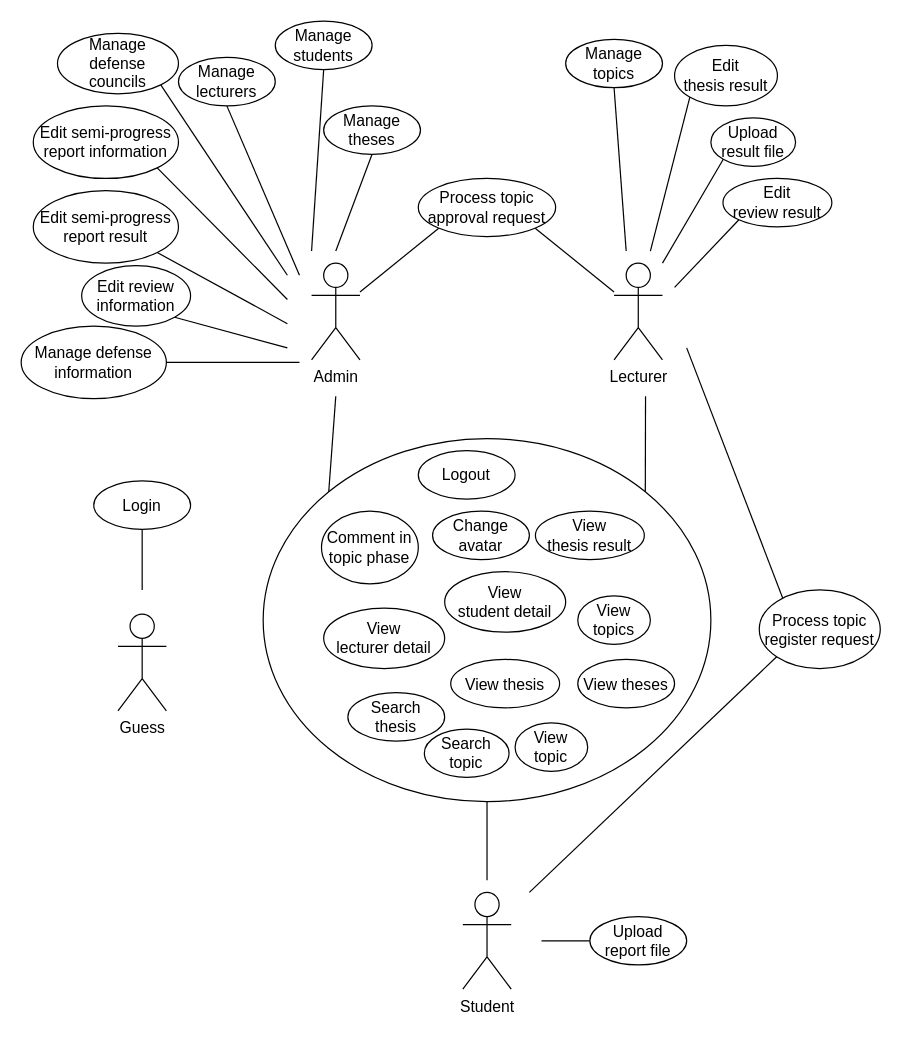
The draw.io diagram page "Overview" (15 of 24) of docs/diagrams/usecase.drawio in doonpy/grasis, before the edit. Source tidied: cells renumbered, new cells numbered last; positions are measured from the earlier drawing's top-left corner, leaving out a move shared by most shapes. Both pictures are drawn from the tidied source at 121%, with x=0, y=0 at pixel (21, 21).
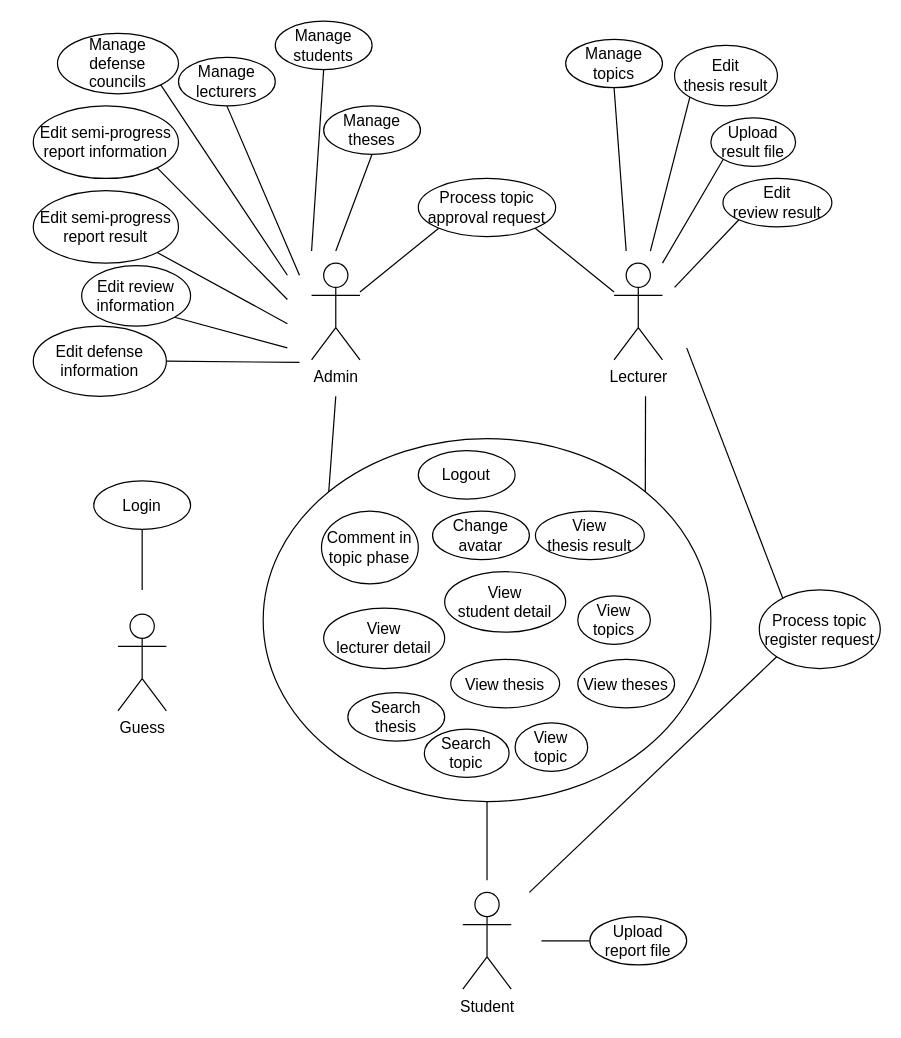
The same page after the edit.

What changed in the source:
```diff
@@
-    <mxCell id="37" value="Manage defense information" style="ellipse;whiteSpace=wrap;html=1;fontSize=13;" parent="1" vertex="1">
-      <mxGeometry y="252" width="120" height="60" as="geometry" />
+    <mxCell id="37" value="Edit defense information" style="ellipse;whiteSpace=wrap;html=1;fontSize=13;" parent="1" vertex="1">
+      <mxGeometry x="10" y="252" width="110" height="58" as="geometry" />
     </mxCell>
```
